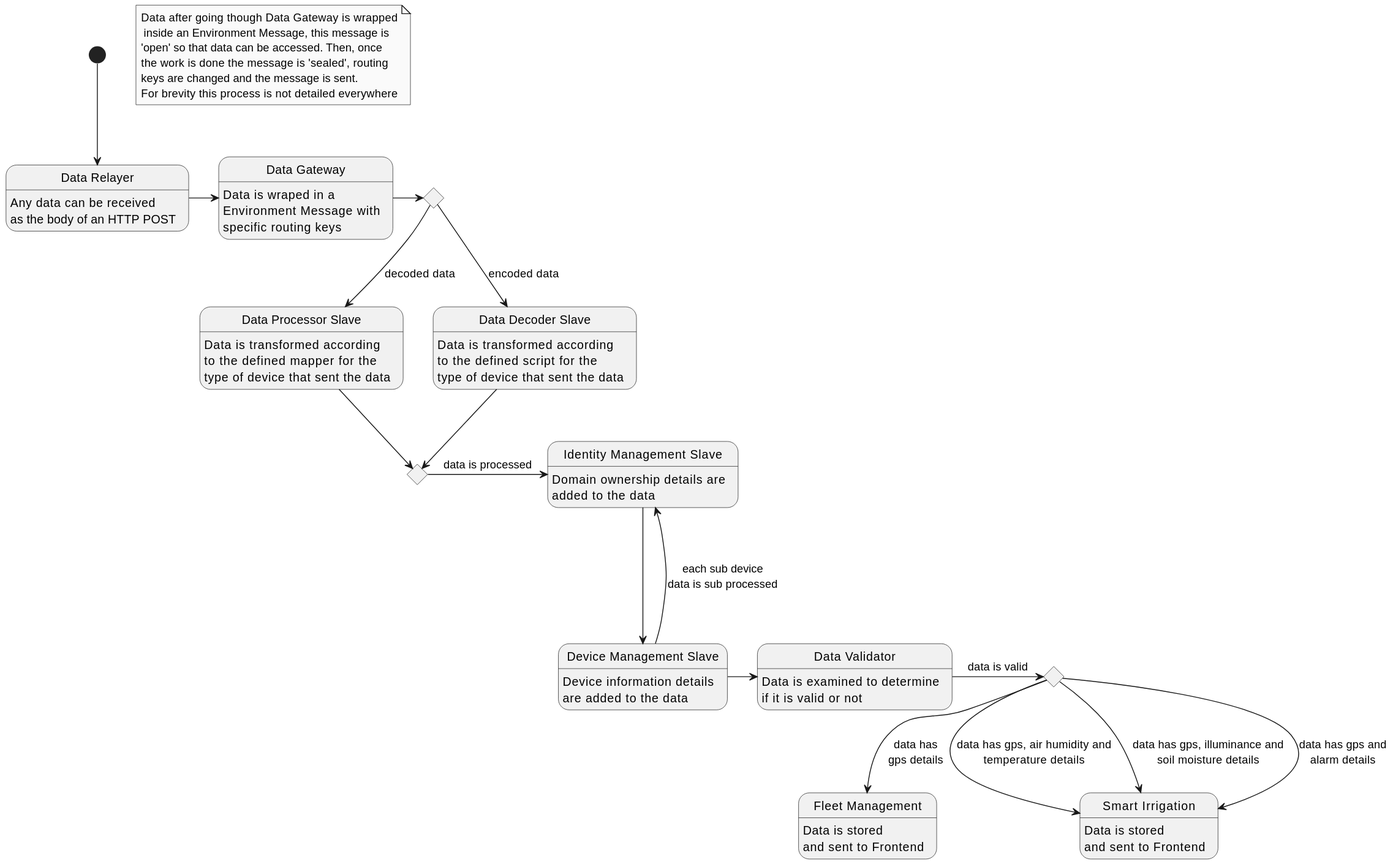
Above: docs/flow/diagrams/data-flow.svg in FilipeMCruz/sensae-console (PlantUML), before the change.
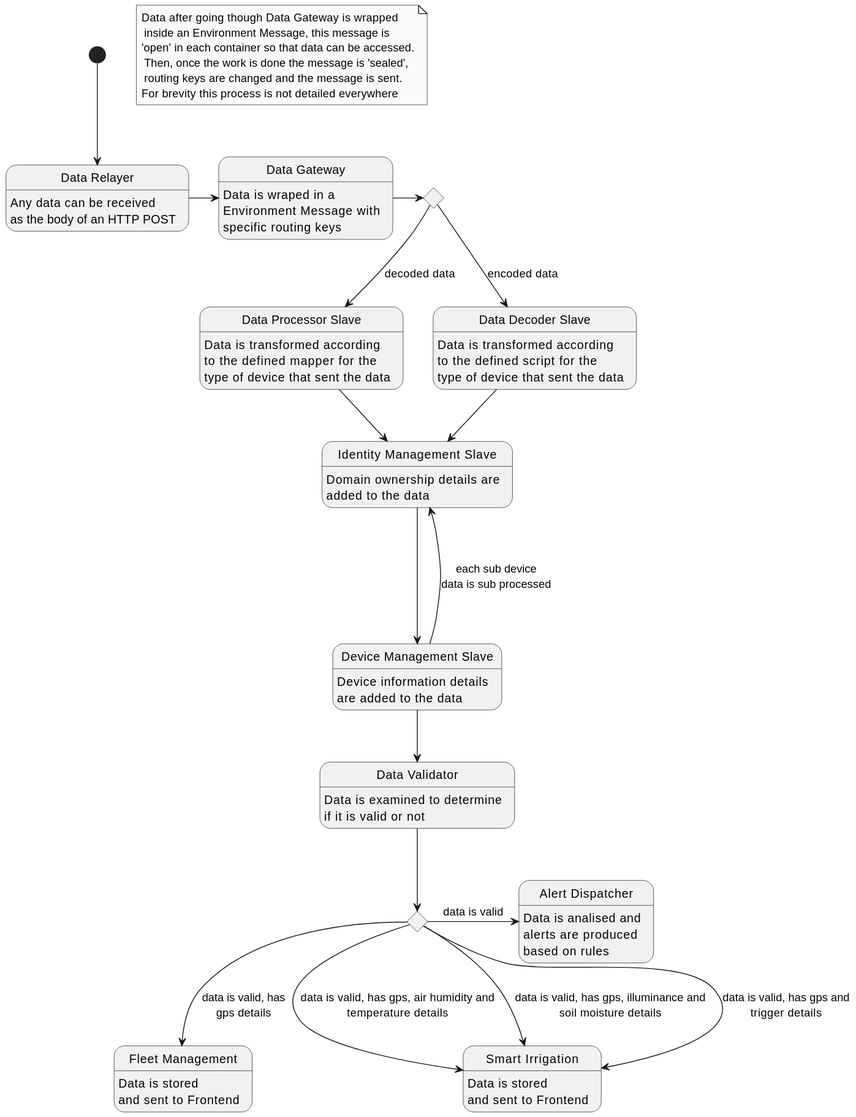
Above is the later version.

Commit message:
Updated data flow docs

Diff of the diagram source:
```diff
@@ -1,20 +1,20 @@
 @startuml data-flow
 skinparam Monochrome true
 
-note "Data after going though Data Gateway is wrapped\n inside an Environment Message, this message is\n'open' so that data can be accessed. Then, once\nthe work is done the message is 'sealed', routing\nkeys are changed and the message is sent.\nFor brevity this process is not detailed everywhere" as N1
+note "Data after going though Data Gateway is wrapped\n inside an Environment Message, this message is\n'open' in each container so that data can be accessed.\n Then, once the work is done the message is 'sealed',\n routing keys are changed and the message is sent.\nFor brevity this process is not detailed everywhere" as N1
 
 state "Data Relayer" as DataRelayer
 state "Data Gateway" as DataGateway
 state decoded_or_encoded <<choice>>
 state "Data Processor Slave" as Processor
 state "Data Decoder Slave" as Decoder
-state is_processed <<choice>>
 state "Identity Management Slave" as Identity
 state "Data Validator" as Validator
 state "Device Management Slave" as Records
-state has_gps <<choice>>
+state data_type <<choice>>
 state "Fleet Management" as Fleet
 state "Smart Irrigation" as Irrigation
+state "Alert Dispatcher" as Alert
 
 DataRelayer : Any data can be received
 DataRelayer : as the body of an HTTP POST
@@ -46,28 +46,32 @@
 Irrigation: Data is stored
 Irrigation: and sent to Frontend
 
+Alert: Data is analised and
+Alert: alerts are produced
+Alert: based on rules
+
 [*] --> DataRelayer
 DataRelayer -> DataGateway
 DataGateway -> decoded_or_encoded
 decoded_or_encoded --> Processor : decoded data
 decoded_or_encoded --> Decoder : encoded data
-Decoder --> is_processed
-Processor --> is_processed
-
-is_processed -> Identity : data is processed
-
-Validator -> has_gps : data is valid
+Decoder --> Identity
+Processor --> Identity
 
 Identity -> Records
 
-Records -> Validator
-
-has_gps --> Fleet : data has\ngps details
-
-has_gps --> Irrigation : data has gps, air humidity and\ntemperature details
-has_gps --> Irrigation : data has gps, illuminance and\nsoil moisture details
-has_gps --> Irrigation : data has gps and\nalarm details
+Records --> Validator
 
 Records ---> Identity : each sub device\ndata is sub processed
 
+Validator --> data_type
+
+data_type --> Fleet : data is valid, has\ngps details
+
+data_type --> Irrigation : data is valid, has gps, air humidity and\ntemperature details
+data_type --> Irrigation : data is valid, has gps, illuminance and\nsoil moisture details
+data_type --> Irrigation : data is valid, has gps and\ntrigger details
+
+data_type -> Alert : data is valid
+
 @enduml
```
